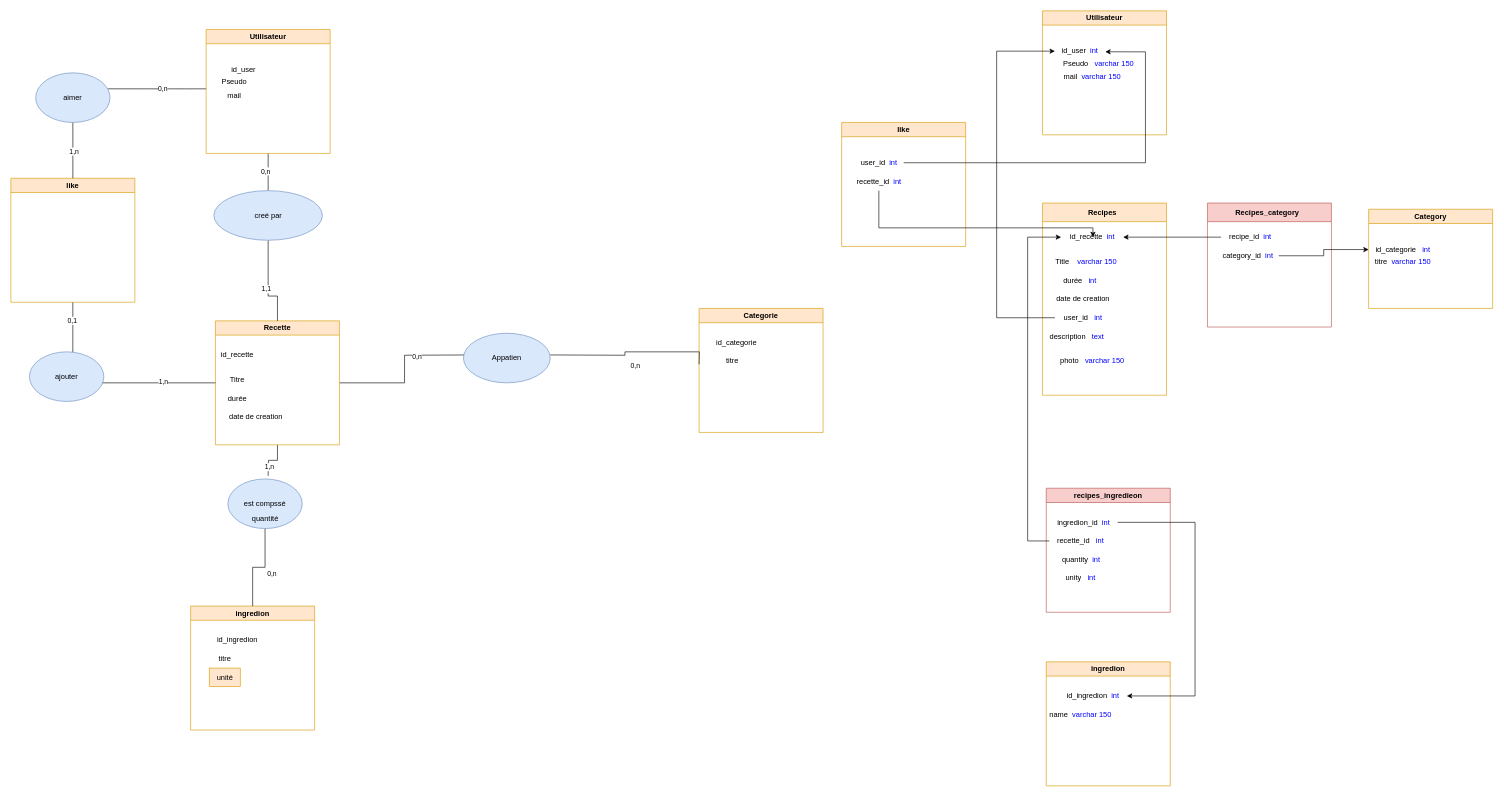
sgjiri/marmiton keeps this draw.io diagram as Diagramme sans nom.drawio. Above is the earlier version. Source tidied: cells renumbered, new cells numbered last; positions are measured from the earlier drawing's top-left corner, leaving out a move shared by most shapes. Both pictures are drawn from the tidied source at 62%, with x=0, y=0 at pixel (11, 11).
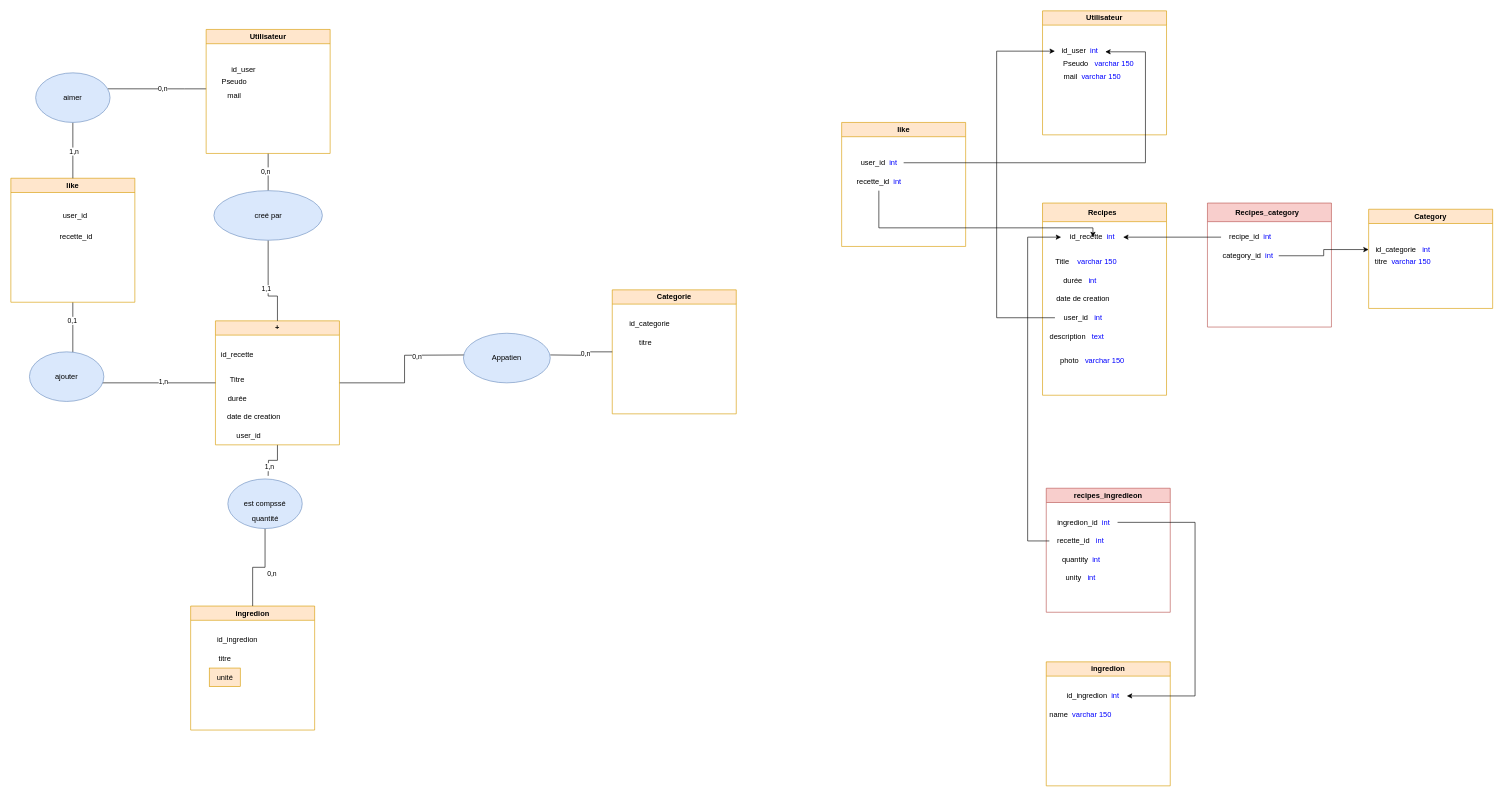
The same diagram, later.

Commit message (it also covers changes not shown here):
Mettre à jour Diagramme sans nom.drawio

Unchanged cells that the change refers to:
```xml
<mxCell id="69" value="like" style="swimlane;whiteSpace=wrap;html=1;fillColor=#ffe6cc;strokeColor=#d79b00;" parent="1" vertex="1">
  <mxGeometry y="270" width="200" height="200" as="geometry" />
</mxCell>
```

Change to the diagram source:
```diff
@@
-    <mxCell id="5" value="Recette" style="swimlane;whiteSpace=wrap;html=1;fillColor=#ffe6cc;strokeColor=#d79b00;" parent="1" vertex="1">
+    <mxCell id="5" value="+" style="swimlane;whiteSpace=wrap;html=1;fillColor=#ffe6cc;strokeColor=#d79b00;" parent="1" vertex="1">
       <mxGeometry x="330" y="500" width="200" height="200" as="geometry" />
     </mxCell>
@@
-    <mxCell id="8" value="date de creation" style="text;html=1;align=center;verticalAlign=middle;strokeColor=none;fillColor=none;" parent="5" vertex="1">
-      <mxGeometry x="10" y="140" width="110" height="30" as="geometry" />
+    <mxCell id="8" value="date de creation&amp;nbsp;&amp;nbsp;" style="text;html=1;align=center;verticalAlign=middle;strokeColor=none;fillColor=none;" parent="5" vertex="1">
+      <mxGeometry x="5" y="140" width="120" height="30" as="geometry" />
     </mxCell>
@@
+    <mxCell id="82" value="user_id&amp;nbsp;" style="text;html=1;align=center;verticalAlign=middle;strokeColor=none;fillColor=none;" parent="5" vertex="1">
+      <mxGeometry x="20" y="170" width="70" height="30" as="geometry" />
+    </mxCell>
     <mxCell id="10" value="Categorie" style="swimlane;whiteSpace=wrap;html=1;fillColor=#ffe6cc;strokeColor=#d79b00;" parent="1" vertex="1">
-      <mxGeometry x="1110" y="480" width="200" height="200" as="geometry" />
+      <mxGeometry x="970" y="450" width="200" height="200" as="geometry" />
     </mxCell>
@@
-    <mxCell id="13" style="edgeStyle=orthogonalEdgeStyle;rounded=0;orthogonalLoop=1;jettySize=auto;html=1;endArrow=none;endFill=0;" parent="1" edge="1">
+    <mxCell id="13" style="edgeStyle=orthogonalEdgeStyle;rounded=0;jettySize=auto;html=1;endArrow=none;endFill=0;entryX=0;entryY=0.5;entryDx=0;entryDy=0;" parent="1" edge="1" target="10">
       <mxGeometry relative="1" as="geometry">
         <mxPoint x="870" y="555" as="sourcePoint" />
-        <mxPoint x="1110" y="570" as="targetPoint" />
       </mxGeometry>
     </mxCell>
@@
     <mxCell id="26" value="0,n" style="edgeLabel;html=1;align=center;verticalAlign=middle;" parent="1" vertex="1">
-      <mxGeometry x="1000" y="470" as="geometry">
+      <mxGeometry x="920" y="450" as="geometry">
         <mxPoint x="6" y="102" as="offset" />
       </mxGeometry>
     </mxCell>
@@
+    <mxCell id="83" value="user_id&amp;nbsp;" style="text;html=1;align=center;verticalAlign=middle;strokeColor=none;fillColor=none;" parent="69" vertex="1">
+      <mxGeometry x="70" y="45" width="70" height="30" as="geometry" />
+    </mxCell>
+    <mxCell id="84" value="recette_id" style="text;html=1;align=center;verticalAlign=middle;strokeColor=none;fillColor=none;" parent="69" vertex="1">
+      <mxGeometry x="65" y="80" width="80" height="30" as="geometry" />
+    </mxCell>
```
